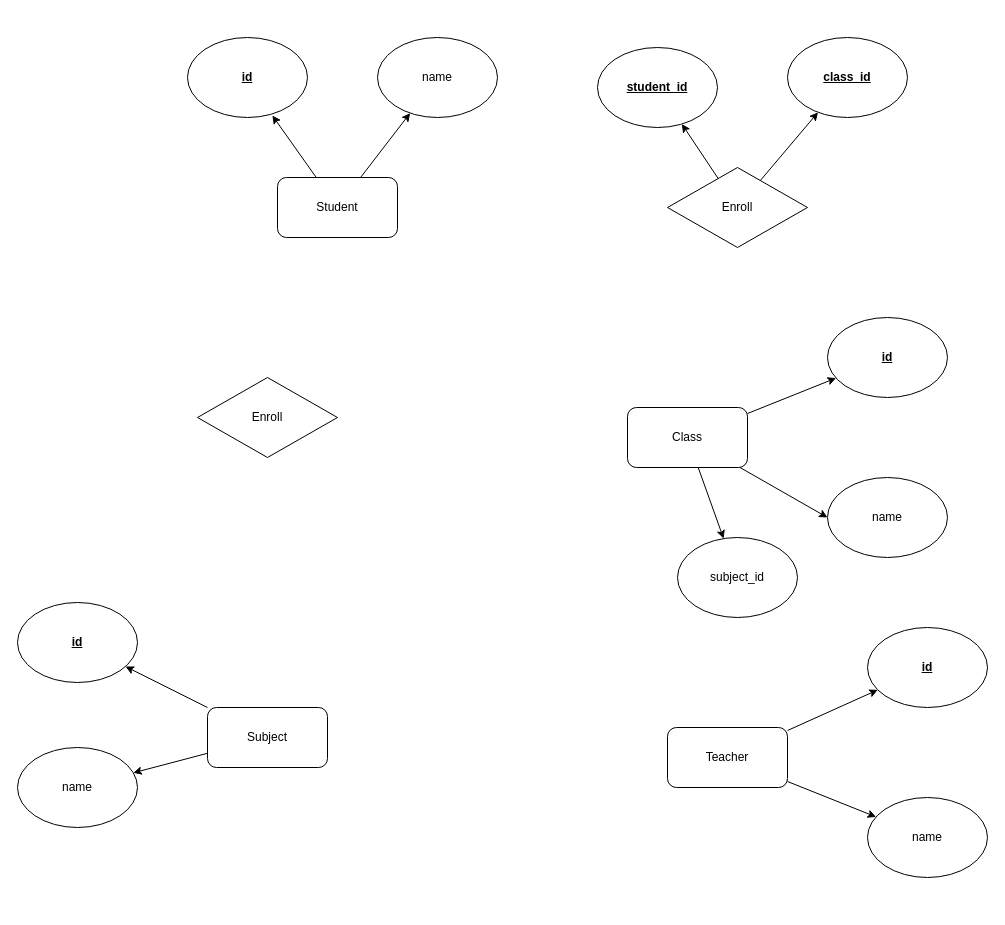
Above: Module_1/school.drawio in bijune09/C0421G1_NguyenTienDanh (draw.io), before the change. Source tidied: cells renumbered, new cells numbered last; positions are measured from the earlier drawing's top-left corner, leaving out a move shared by most shapes. Both pictures are drawn from the tidied source at 100%, with x=0, y=0 at pixel (17, 37).
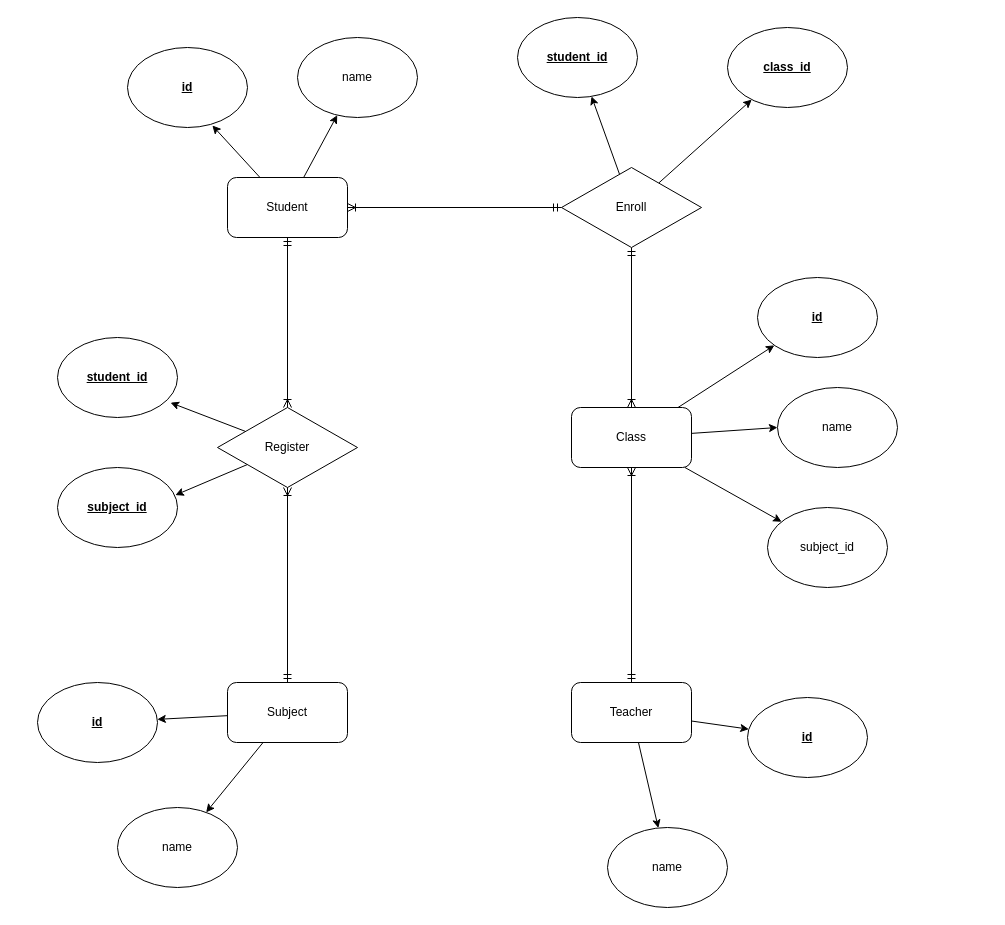
The same page after the edit.

Change to the diagram source:
```diff
@@
+    <mxCell id="30" style="edgeStyle=none;rounded=0;jettySize=auto;html=1;entryX=0.5;entryY=1;entryDx=0;entryDy=0;startArrow=ERmandOne;startFill=0;endArrow=ERoneToMany;endFill=0;" parent="1" edge="1" source="4" target="10">
+      <mxGeometry relative="1" as="geometry" />
+    </mxCell>
     <mxCell id="4" value="Teacher" style="rounded=1;whiteSpace=wrap;html=1;" parent="1" vertex="1">
-      <mxGeometry x="650" y="690" width="120" height="60" as="geometry" />
+      <mxGeometry x="554" y="645" width="120" height="60" as="geometry" />
     </mxCell>
     <mxCell id="5" value="id" style="ellipse;whiteSpace=wrap;html=1;fontStyle=5;" parent="1" vertex="1">
-      <mxGeometry x="850" y="590" width="120" height="80" as="geometry" />
+      <mxGeometry x="730" y="660" width="120" height="80" as="geometry" />
     </mxCell>
     <mxCell id="6" value="name" style="ellipse;whiteSpace=wrap;html=1;" parent="1" vertex="1">
-      <mxGeometry x="850" y="760" width="120" height="80" as="geometry" />
+      <mxGeometry x="590" y="790" width="120" height="80" as="geometry" />
     </mxCell>
@@
+    <mxCell id="31" style="edgeStyle=none;rounded=0;jettySize=auto;html=1;startArrow=ERmandOne;startFill=0;endArrow=ERoneToMany;endFill=0;exitX=0.5;exitY=1;exitDx=0;exitDy=0;entryX=0.5;entryY=0;entryDx=0;entryDy=0;" parent="1" edge="1" source="21" target="10">
+      <mxGeometry relative="1" as="geometry" />
+    </mxCell>
     <mxCell id="10" value="Class" style="rounded=1;whiteSpace=wrap;html=1;" parent="1" vertex="1">
-      <mxGeometry x="610" y="370" width="120" height="60" as="geometry" />
+      <mxGeometry x="554" y="370" width="120" height="60" as="geometry" />
     </mxCell>
     <mxCell id="11" value="&lt;b&gt;&lt;u&gt;id&lt;/u&gt;&lt;/b&gt;" style="ellipse;whiteSpace=wrap;html=1;" parent="1" vertex="1">
-      <mxGeometry x="810" y="280" width="120" height="80" as="geometry" />
+      <mxGeometry x="740" y="240" width="120" height="80" as="geometry" />
     </mxCell>
     <mxCell id="12" value="name" style="ellipse;whiteSpace=wrap;html=1;" parent="1" vertex="1">
-      <mxGeometry x="810" y="440" width="120" height="80" as="geometry" />
+      <mxGeometry x="760" y="350" width="120" height="80" as="geometry" />
     </mxCell>
@@
+    <mxCell id="32" style="edgeStyle=none;rounded=0;jettySize=auto;html=1;startArrow=ERmandOne;startFill=0;endArrow=ERoneToMany;endFill=0;exitX=0;exitY=0.5;exitDx=0;exitDy=0;entryX=1;entryY=0.5;entryDx=0;entryDy=0;" parent="1" edge="1" source="21" target="15">
+      <mxGeometry relative="1" as="geometry" />
+    </mxCell>
     <mxCell id="15" value="Student" style="rounded=1;whiteSpace=wrap;html=1;glass=0;" parent="1" vertex="1">
-      <mxGeometry x="260" y="140" width="120" height="60" as="geometry" />
+      <mxGeometry x="210" y="140" width="120" height="60" as="geometry" />
     </mxCell>
     <mxCell id="16" value="subject_id" style="ellipse;whiteSpace=wrap;html=1;" parent="1" vertex="1">
-      <mxGeometry x="660" y="500" width="120" height="80" as="geometry" />
+      <mxGeometry x="750" y="470" width="120" height="80" as="geometry" />
     </mxCell>
     <mxCell id="17" value="&lt;b&gt;&lt;u&gt;id&lt;/u&gt;&lt;/b&gt;" style="ellipse;whiteSpace=wrap;html=1;" parent="1" vertex="1">
-      <mxGeometry x="170" width="120" height="80" as="geometry" />
+      <mxGeometry x="110" y="10" width="120" height="80" as="geometry" />
     </mxCell>
     <mxCell id="18" value="name" style="ellipse;whiteSpace=wrap;html=1;" parent="1" vertex="1">
-      <mxGeometry x="360" width="120" height="80" as="geometry" />
+      <mxGeometry x="280" width="120" height="80" as="geometry" />
     </mxCell>
@@
     <mxCell id="21" value="Enroll" style="rhombus;whiteSpace=wrap;html=1;glass=0;" parent="1" vertex="1">
-      <mxGeometry x="650" y="130" width="140" height="80" as="geometry" />
+      <mxGeometry x="544" y="130" width="140" height="80" as="geometry" />
     </mxCell>
     <mxCell id="22" value="&lt;b&gt;&lt;u&gt;student_id&lt;/u&gt;&lt;/b&gt;" style="ellipse;whiteSpace=wrap;html=1;" parent="1" vertex="1">
-      <mxGeometry x="580" y="10" width="120" height="80" as="geometry" />
+      <mxGeometry x="500" y="-20" width="120" height="80" as="geometry" />
     </mxCell>
     <mxCell id="23" value="&lt;b&gt;&lt;u&gt;class_id&lt;/u&gt;&lt;/b&gt;" style="ellipse;whiteSpace=wrap;html=1;" parent="1" vertex="1">
-      <mxGeometry x="770" width="120" height="80" as="geometry" />
+      <mxGeometry x="710" y="-10" width="120" height="80" as="geometry" />
     </mxCell>
@@
     <mxCell id="26" value="Subject" style="rounded=1;whiteSpace=wrap;html=1;" parent="1" vertex="1">
-      <mxGeometry x="190" y="670" width="120" height="60" as="geometry" />
+      <mxGeometry x="210" y="645" width="120" height="60" as="geometry" />
     </mxCell>
     <mxCell id="27" value="id" style="ellipse;whiteSpace=wrap;html=1;fontStyle=5;" parent="1" vertex="1">
-      <mxGeometry y="565" width="120" height="80" as="geometry" />
+      <mxGeometry x="20" y="645" width="120" height="80" as="geometry" />
     </mxCell>
     <mxCell id="28" value="name" style="ellipse;whiteSpace=wrap;html=1;" parent="1" vertex="1">
-      <mxGeometry y="710" width="120" height="80" as="geometry" />
+      <mxGeometry x="100" y="770" width="120" height="80" as="geometry" />
     </mxCell>
+    <mxCell id="33" style="edgeStyle=none;rounded=0;jettySize=auto;html=1;entryX=0.942;entryY=0.815;entryDx=0;entryDy=0;entryPerimeter=0;" parent="1" edge="1" source="29" target="35">
+      <mxGeometry relative="1" as="geometry" />
+    </mxCell>
+    <mxCell id="34" style="edgeStyle=none;rounded=0;jettySize=auto;html=1;entryX=0.982;entryY=0.345;entryDx=0;entryDy=0;entryPerimeter=0;" parent="1" edge="1" source="29" target="36">
+      <mxGeometry relative="1" as="geometry" />
+    </mxCell>
-    <mxCell id="29" value="Enroll" style="rhombus;whiteSpace=wrap;html=1;glass=0;" parent="1" vertex="1">
-      <mxGeometry x="180" y="340" width="140" height="80" as="geometry" />
+    <mxCell id="29" value="Register" style="rhombus;whiteSpace=wrap;html=1;glass=0;" parent="1" vertex="1">
+      <mxGeometry x="200" y="370" width="140" height="80" as="geometry" />
     </mxCell>
+    <mxCell id="35" value="student_id" style="ellipse;whiteSpace=wrap;html=1;fontStyle=5;" parent="1" vertex="1">
+      <mxGeometry x="40" y="300" width="120" height="80" as="geometry" />
+    </mxCell>
+    <mxCell id="36" value="subject_id" style="ellipse;whiteSpace=wrap;html=1;fontStyle=5;" parent="1" vertex="1">
+      <mxGeometry x="40" y="430" width="120" height="80" as="geometry" />
+    </mxCell>
+    <mxCell id="37" style="endArrow=ERoneToMany;startArrow=ERmandOne;html=1;rounded=0;startFill=0;endFill=0;exitX=0.5;exitY=0;exitDx=0;exitDy=0;entryX=0.5;entryY=1;entryDx=0;entryDy=0;" parent="1" edge="1" source="26" target="29">
+      <mxGeometry relative="1" as="geometry" />
+    </mxCell>
+    <mxCell id="38" style="endArrow=ERoneToMany;startArrow=ERmandOne;html=1;rounded=0;startFill=0;endFill=0;entryX=0.5;entryY=0;entryDx=0;entryDy=0;exitX=0.5;exitY=1;exitDx=0;exitDy=0;" parent="1" edge="1" source="15" target="29">
+      <mxGeometry relative="1" as="geometry" />
+    </mxCell>
```
